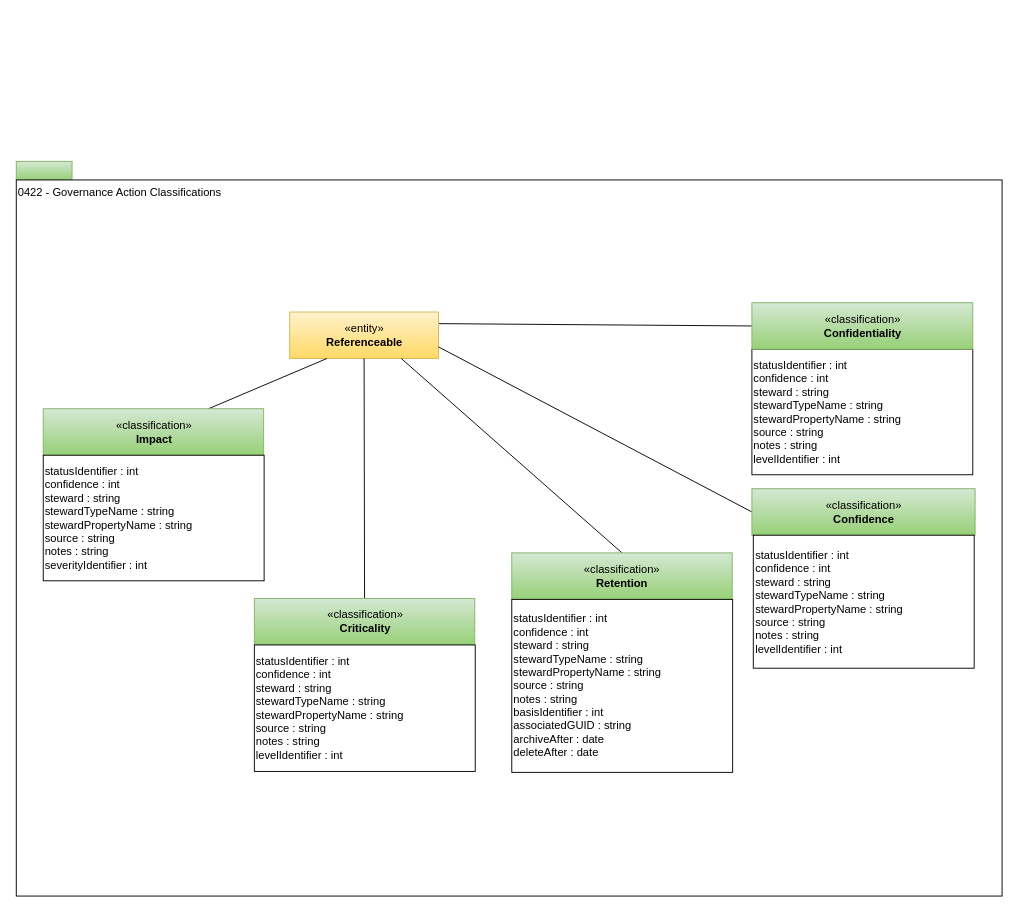
The draw.io diagram page "0422-Governed-Data-Classifications" (7 of 31) of site/docs/types/4/area-4-governance.drawio in odpi/egeria-docs, before the edit. Source tidied: cells renumbered, new cells numbered last; positions are measured from the earlier drawing's top-left corner, leaving out a move shared by most shapes. Both pictures are drawn from the tidied source at 93%, with x=0, y=0 at pixel (16, 161).
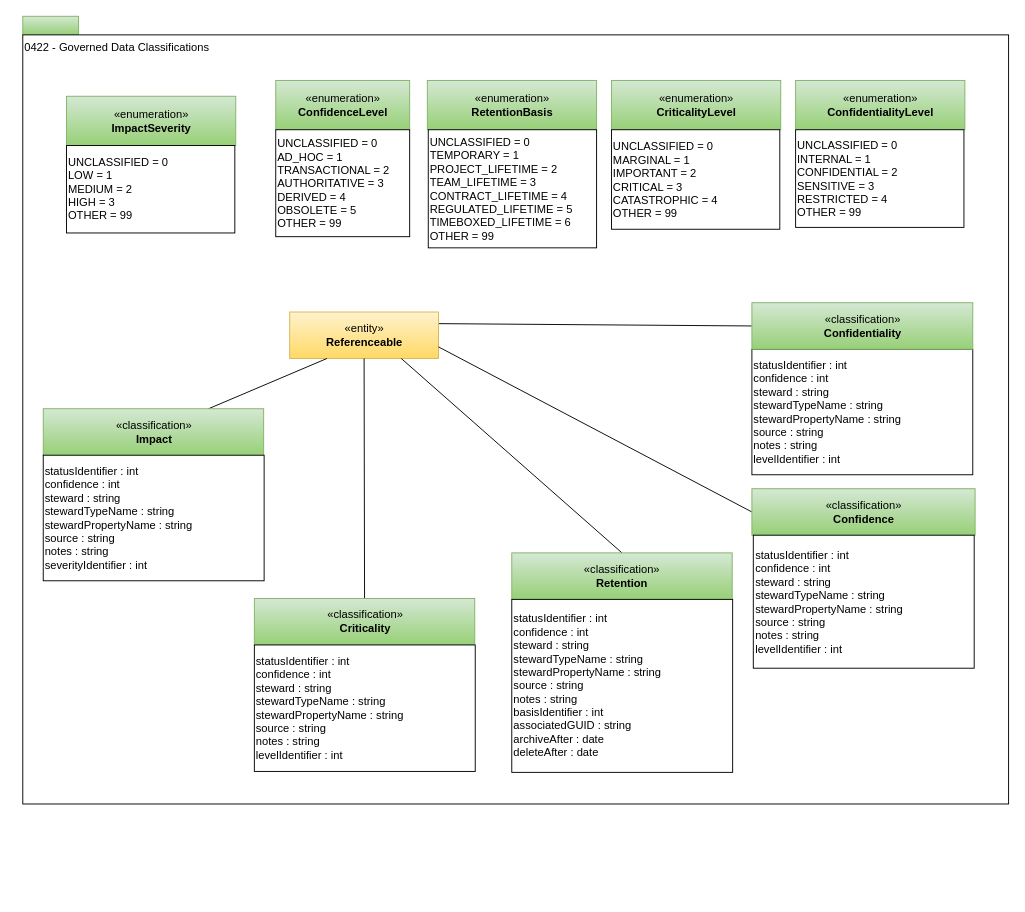
After the change.

Change to the diagram source:
```diff
@@
     <mxCell id="2" style="rounded=0;whiteSpace=wrap;html=1;align=left;fillColor=#d5e8d4;strokeColor=#82b366;gradientColor=#97d077;" parent="1" vertex="1">
-      <mxGeometry width="60" height="20" as="geometry" />
+      <mxGeometry x="7" y="-156" width="60" height="20" as="geometry" />
     </mxCell>
-    <mxCell id="3" value="0422 - Governance Action Classifications" style="rounded=0;whiteSpace=wrap;html=1;align=left;verticalAlign=top;" parent="1" vertex="1">
-      <mxGeometry y="20" width="1060" height="770" as="geometry" />
+    <mxCell id="3" value="0422 - Governed Data Classifications" style="rounded=0;whiteSpace=wrap;html=1;align=left;verticalAlign=top;" parent="1" vertex="1">
+      <mxGeometry x="7" y="-136" width="1060" height="827" as="geometry" />
     </mxCell>
@@
+    <mxCell id="20" value="«enumeration»&lt;br&gt;&lt;b&gt;ConfidenceLevel&lt;/b&gt;" style="html=1;strokeColor=#82b366;align=center;fillColor=#d5e8d4;gradientColor=#97d077;" parent="1" vertex="1">
+      <mxGeometry x="279" y="-87" width="144" height="53" as="geometry" />
+    </mxCell>
+    <mxCell id="21" value="UNCLASSIFIED = 0&lt;br&gt;AD_HOC = 1&lt;br&gt;TRANSACTIONAL = 2&lt;br&gt;AUTHORITATIVE = 3&lt;br&gt;DERIVED = 4&lt;br&gt;OBSOLETE = 5&lt;br&gt;OTHER = 99" style="rounded=0;whiteSpace=wrap;html=1;strokeColor=#000000;gradientColor=#ffffff;align=left;" parent="1" vertex="1">
+      <mxGeometry x="279" y="-34" width="144" height="115" as="geometry" />
+    </mxCell>
+    <mxCell id="22" value="«enumeration»&lt;br&gt;&lt;b&gt;RetentionBasis&lt;/b&gt;" style="html=1;strokeColor=#82b366;align=center;fillColor=#d5e8d4;gradientColor=#97d077;" parent="1" vertex="1">
+      <mxGeometry x="442" y="-87" width="182" height="53" as="geometry" />
+    </mxCell>
+    <mxCell id="23" value="UNCLASSIFIED = 0&lt;br&gt;TEMPORARY = 1&lt;br&gt;PROJECT_LIFETIME = 2&lt;br&gt;TEAM_LIFETIME = 3&lt;br&gt;CONTRACT_LIFETIME = 4&lt;br&gt;REGULATED_LIFETIME = 5&lt;br&gt;TIMEBOXED_LIFETIME = 6&lt;br&gt;OTHER = 99" style="rounded=0;whiteSpace=wrap;html=1;strokeColor=#000000;gradientColor=#ffffff;align=left;" parent="1" vertex="1">
+      <mxGeometry x="443" y="-34" width="181" height="127" as="geometry" />
+    </mxCell>
+    <mxCell id="24" value="«enumeration»&lt;br&gt;&lt;b&gt;CriticalityLevel&lt;/b&gt;" style="html=1;strokeColor=#82b366;align=center;fillColor=#d5e8d4;gradientColor=#97d077;" parent="1" vertex="1">
+      <mxGeometry x="640" y="-87" width="182" height="53" as="geometry" />
+    </mxCell>
+    <mxCell id="25" value="UNCLASSIFIED = 0&lt;br&gt;MARGINAL = 1&lt;br&gt;IMPORTANT = 2&lt;br&gt;CRITICAL = 3&lt;br&gt;CATASTROPHIC = 4&lt;br&gt;OTHER = 99" style="rounded=0;whiteSpace=wrap;html=1;strokeColor=#000000;gradientColor=#ffffff;align=left;" parent="1" vertex="1">
+      <mxGeometry x="640" y="-34" width="181" height="107" as="geometry" />
+    </mxCell>
+    <mxCell id="26" value="«enumeration»&lt;br&gt;&lt;b&gt;ConfidentialityLevel&lt;/b&gt;" style="html=1;strokeColor=#82b366;align=center;fillColor=#d5e8d4;gradientColor=#97d077;" parent="1" vertex="1">
+      <mxGeometry x="838" y="-87" width="182" height="53" as="geometry" />
+    </mxCell>
+    <mxCell id="27" value="UNCLASSIFIED = 0&lt;br&gt;INTERNAL = 1&lt;br&gt;CONFIDENTIAL = 2&lt;br&gt;SENSITIVE = 3&lt;br&gt;RESTRICTED = 4&lt;br&gt;OTHER = 99" style="rounded=0;whiteSpace=wrap;html=1;strokeColor=#000000;gradientColor=#ffffff;align=left;" parent="1" vertex="1">
+      <mxGeometry x="838" y="-34" width="181" height="105" as="geometry" />
+    </mxCell>
+    <mxCell id="28" value="«enumeration»&lt;br&gt;&lt;b&gt;ImpactSeverity&lt;/b&gt;" style="html=1;strokeColor=#82b366;align=center;fillColor=#d5e8d4;gradientColor=#97d077;" parent="1" vertex="1">
+      <mxGeometry x="54" y="-70" width="182" height="53" as="geometry" />
+    </mxCell>
+    <mxCell id="29" value="UNCLASSIFIED = 0&lt;br&gt;LOW = 1&lt;br&gt;MEDIUM = 2&lt;br&gt;HIGH = 3&lt;br&gt;OTHER = 99" style="rounded=0;whiteSpace=wrap;html=1;strokeColor=#000000;gradientColor=#ffffff;align=left;" parent="1" vertex="1">
+      <mxGeometry x="54" y="-17" width="181" height="94" as="geometry" />
+    </mxCell>
```
